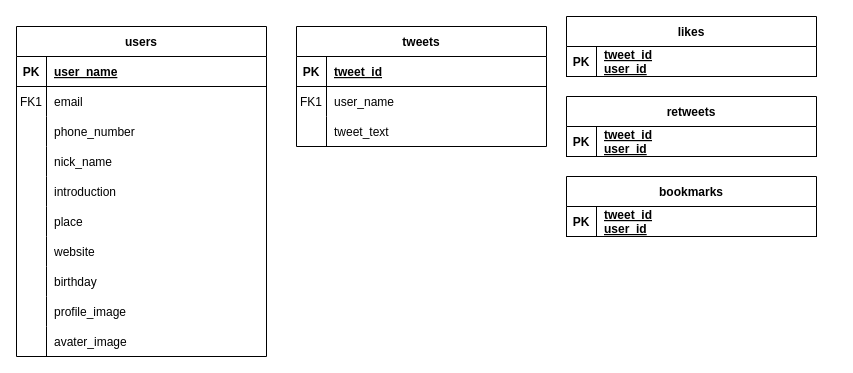
Above: twitter_draft.drawio in hie3-336/ER-draw.io (draw.io), before the change. Source tidied: cells renumbered, new cells numbered last; positions are measured from the earlier drawing's top-left corner, leaving out a move shared by most shapes. Both pictures are drawn from the tidied source at 100%, with x=0, y=0 at pixel (16, 16).
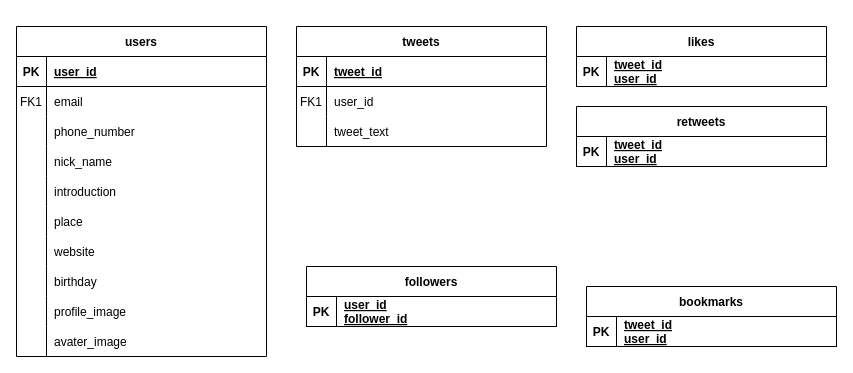
After the change.

Commit message:
twitter_draft.drawio を更新します

The change refers to these unchanged cells:
```xml
<mxCell id="3" style="shape=partialRectangle;fillColor=none;top=0;left=0;right=0;bottom=1;" parent="2" vertex="1">
  <mxGeometry y="30" width="250" height="30" as="geometry" />
</mxCell>
<mxCell id="37" style="shape=partialRectangle;fillColor=none;top=0;left=0;right=0;bottom=0;" parent="33" vertex="1">
  <mxGeometry y="60" width="250" height="30" as="geometry" />
</mxCell>
```

Change to the diagram source:
```diff
@@
-    <mxCell id="5" value="user_name" style="shape=partialRectangle;overflow=hidden;fillColor=none;top=0;left=0;bottom=0;right=0;align=left;spacingLeft=6;fontStyle=5;" parent="3" vertex="1">
+    <mxCell id="5" value="user_id" style="shape=partialRectangle;overflow=hidden;fillColor=none;top=0;left=0;bottom=0;right=0;align=left;spacingLeft=6;fontStyle=5;" parent="3" vertex="1">
       <mxGeometry x="30" width="220" height="30" as="geometry" />
     </mxCell>
@@
-    <mxCell id="39" value="user_name" style="shape=partialRectangle;overflow=hidden;fillColor=none;top=0;left=0;bottom=0;right=0;align=left;spacingLeft=6;" parent="37" vertex="1">
+    <mxCell id="39" value="user_id" style="shape=partialRectangle;overflow=hidden;fillColor=none;top=0;left=0;bottom=0;right=0;align=left;spacingLeft=6;" parent="37" vertex="1">
       <mxGeometry x="30" width="220" height="30" as="geometry" />
     </mxCell>
@@
     <mxCell id="43" value="likes" style="shape=table;startSize=30;childLayout=tableLayout;rowLines=0;fontStyle=1;align=center;" parent="1" vertex="1">
-      <mxGeometry x="550" width="250" height="60" as="geometry" />
+      <mxGeometry x="560" y="10" width="250" height="60" as="geometry" />
     </mxCell>
@@
     <mxCell id="47" value="retweets" style="shape=table;startSize=30;childLayout=tableLayout;rowLines=0;fontStyle=1;align=center;" parent="1" vertex="1">
-      <mxGeometry x="550" y="80" width="250" height="60" as="geometry" />
+      <mxGeometry x="560" y="90" width="250" height="60" as="geometry" />
     </mxCell>
@@
     <mxCell id="51" value="bookmarks" style="shape=table;startSize=30;childLayout=tableLayout;rowLines=0;fontStyle=1;align=center;" parent="1" vertex="1">
-      <mxGeometry x="550" y="160" width="250" height="60" as="geometry" />
+      <mxGeometry x="570" y="270" width="250" height="60" as="geometry" />
     </mxCell>
@@
+    <mxCell id="55" value="followers" style="shape=table;startSize=30;childLayout=tableLayout;rowLines=0;fontStyle=1;align=center;" parent="1" vertex="1">
+      <mxGeometry x="290" y="250" width="250" height="60" as="geometry" />
+    </mxCell>
+    <mxCell id="56" style="shape=partialRectangle;fillColor=none;top=0;left=0;right=0;bottom=1;" parent="55" vertex="1">
+      <mxGeometry y="30" width="250" height="30" as="geometry" />
+    </mxCell>
+    <mxCell id="57" value="PK" style="shape=partialRectangle;overflow=hidden;fillColor=none;top=0;left=0;bottom=0;right=0;fontStyle=1;" parent="56" vertex="1">
+      <mxGeometry width="30" height="30" as="geometry" />
+    </mxCell>
+    <mxCell id="58" value="user_id&#10;follower_id" style="shape=partialRectangle;overflow=hidden;fillColor=none;top=0;left=0;bottom=0;right=0;align=left;spacingLeft=6;fontStyle=5;" parent="56" vertex="1">
+      <mxGeometry x="30" width="220" height="30" as="geometry" />
+    </mxCell>
```
